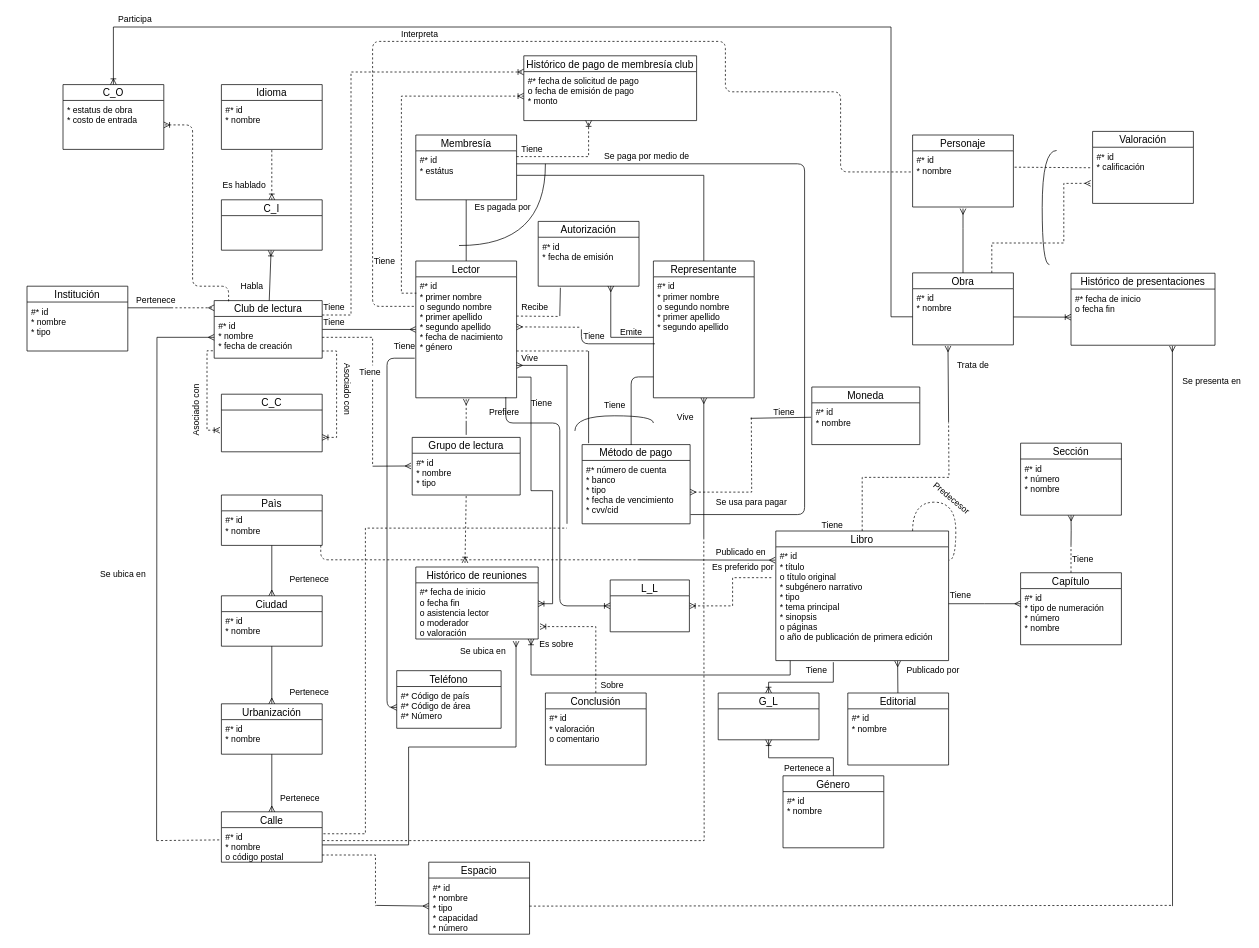
This is DB I/Hopefully this will be the last ER.drawio from NeutronBlast/IS-Ex, a draw.io file, before an edit. Source tidied: cells renumbered, new cells numbered last; positions are measured from the earlier drawing's top-left corner, leaving out a move shared by most shapes. Both pictures are drawn from the tidied source at 72%, with x=0, y=0 at pixel (27, 12).
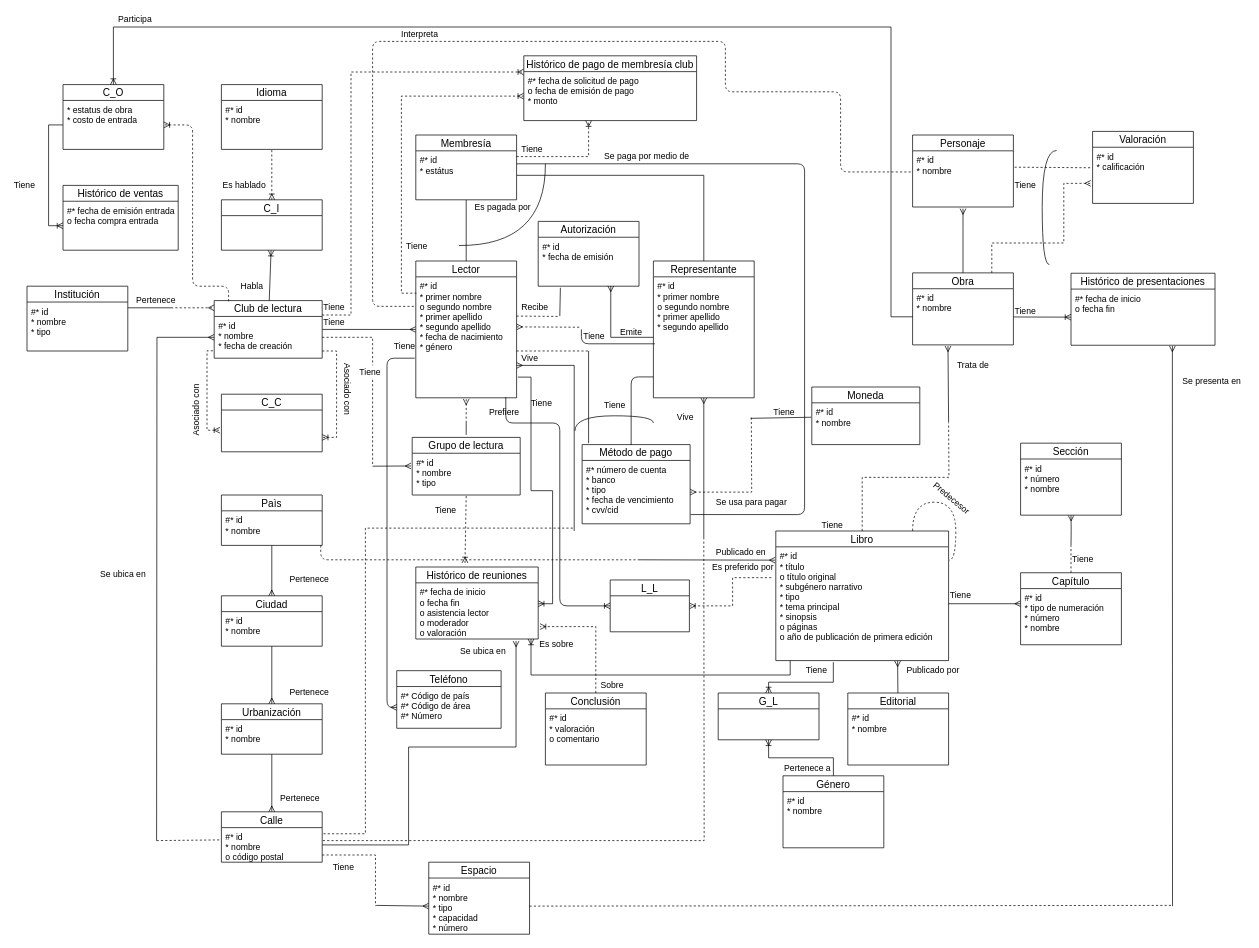
Above is the later version.

Unchanged cells that the change refers to:
```xml
<mxCell id="17" value="#* id&#10;* nombre&#10;o código postal&#10;" style="text;strokeColor=none;fillColor=none;spacingLeft=4;spacingRight=4;overflow=hidden;points=[[0,0.5],[1,0.5]];portConstraint=eastwest;fontSize=12;" parent="16" vertex="1">
  <mxGeometry y="22" width="140" height="48" as="geometry" />
</mxCell>
<mxCell id="19" value="#* id&#10;* primer nombre&#10;o segundo nombre&#10;* primer apellido&#10;* segundo apellido&#10;* fecha de nacimiento&#10;* género&#10;" style="text;strokeColor=none;fillColor=none;spacingLeft=4;spacingRight=4;overflow=hidden;points=[[0,0.5],[1,0.5]];portConstraint=eastwest;fontSize=12;" parent="18" vertex="1">
  <mxGeometry y="22" width="140" height="168" as="geometry" />
</mxCell>
<mxCell id="174" value="* estatus de obra&#10;* costo de entrada&#10;" style="text;strokeColor=none;fillColor=none;spacingLeft=4;spacingRight=4;overflow=hidden;points=[[0,0.5],[1,0.5]];portConstraint=eastwest;fontSize=12;" parent="173" vertex="1">
  <mxGeometry y="22" width="140" height="68" as="geometry" />
</mxCell>
```

The edit, as a diff of the source:
```diff
@@
     <mxCell id="44" style="edgeStyle=orthogonalEdgeStyle;rounded=0;jettySize=auto;html=1;startArrow=ERmany;startFill=0;endArrow=none;endFill=0;strokeColor=#000000;" parent="1" edge="1" source="19">
       <mxGeometry relative="1" as="geometry">
-        <mxPoint x="750" y="710" as="targetPoint" />
+        <mxPoint x="760" y="720" as="targetPoint" />
         <Array as="points">
-          <mxPoint x="750" y="490" />
+          <mxPoint x="760" y="490" />
+          <mxPoint x="760" y="720" />
         </Array>
       </mxGeometry>
     </mxCell>
     <mxCell id="45" style="edgeStyle=orthogonalEdgeStyle;rounded=0;jettySize=auto;html=1;startArrow=none;startFill=0;endArrow=none;endFill=0;strokeColor=#000000;dashed=1;exitX=1.012;exitY=0.177;exitDx=0;exitDy=0;exitPerimeter=0;" parent="1" edge="1" source="17">
       <mxGeometry relative="1" as="geometry">
-        <mxPoint x="750" y="716" as="targetPoint" />
+        <mxPoint x="760" y="716" as="targetPoint" />
         <Array as="points">
           <mxPoint x="470" y="1141" />
           <mxPoint x="470" y="716" />
         </Array>
       </mxGeometry>
     </mxCell>
@@
     <mxCell id="75" value="Tiene" style="text;html=1;align=left;verticalAlign=top;spacingTop=-4;" parent="1" vertex="1">
-      <mxGeometry x="480" y="335" width="40" height="20" as="geometry" />
+      <mxGeometry x="525" y="315" width="40" height="20" as="geometry" />
     </mxCell>
@@
+    <mxCell id="178" value="Histórico de ventas" style="swimlane;fontStyle=0;horizontal=1;startSize=22;fillColor=none;swimlaneFillColor=#ffffff;align=center;fontSize=14;" parent="1" vertex="1">
+      <mxGeometry x="50" y="240" width="160" height="90" as="geometry" />
+    </mxCell>
+    <mxCell id="179" value="#* fecha de emisión entrada&#10;o fecha compra entrada&#10;" style="text;strokeColor=none;fillColor=none;spacingLeft=4;spacingRight=4;overflow=hidden;points=[[0,0.5],[1,0.5]];portConstraint=eastwest;fontSize=12;" parent="178" vertex="1">
+      <mxGeometry y="22" width="160" height="68" as="geometry" />
+    </mxCell>
+    <mxCell id="180" style="edgeStyle=orthogonalEdgeStyle;rounded=0;jettySize=auto;html=1;entryX=0;entryY=0.5;entryDx=0;entryDy=0;startArrow=none;startFill=0;endArrow=ERoneToMany;endFill=0;strokeColor=#000000;" parent="1" edge="1" source="174" target="179">
+      <mxGeometry relative="1" as="geometry">
+        <Array as="points">
+          <mxPoint x="30" y="156" />
+          <mxPoint x="30" y="296" />
+        </Array>
+      </mxGeometry>
+    </mxCell>
+    <mxCell id="181" value="Tiene" style="text;html=1;align=left;verticalAlign=top;spacingTop=-4;" parent="1" vertex="1">
+      <mxGeometry x="1370" y="230" width="40" height="20" as="geometry" />
+    </mxCell>
+    <mxCell id="182" value="Tiene" style="text;html=1;align=left;verticalAlign=top;spacingTop=-4;" parent="1" vertex="1">
+      <mxGeometry x="1370" y="405" width="40" height="20" as="geometry" />
+    </mxCell>
+    <mxCell id="183" value="Tiene" style="text;html=1;align=left;verticalAlign=top;spacingTop=-4;" parent="1" vertex="1">
+      <mxGeometry x="565" y="682" width="40" height="20" as="geometry" />
+    </mxCell>
+    <mxCell id="184" value="Tiene" style="text;html=1;align=left;verticalAlign=top;spacingTop=-4;" parent="1" vertex="1">
+      <mxGeometry x="423" y="1178" width="40" height="20" as="geometry" />
+    </mxCell>
+    <mxCell id="185" value="Tiene" style="text;html=1;align=left;verticalAlign=top;spacingTop=-4;" parent="1" vertex="1">
+      <mxGeometry x="-20" y="230" width="40" height="20" as="geometry" />
+    </mxCell>
```
